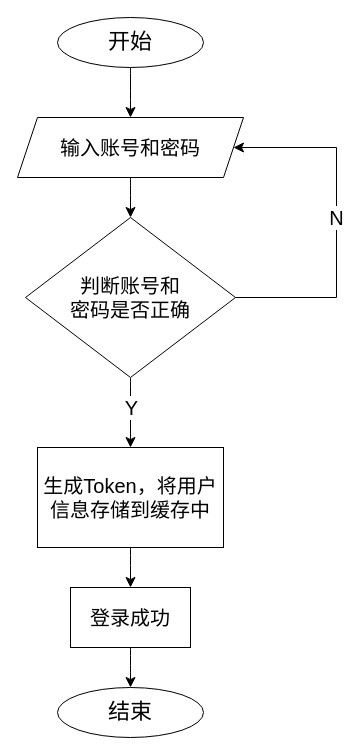
Above: page "登录流程图" (24 of 38) of 系统结构图.drawio in yuglei/design (draw.io), before the change. Source tidied: cells renumbered, new cells numbered last; positions are measured from the earlier drawing's top-left corner, leaving out a move shared by most shapes. Both pictures are drawn from the tidied source at 100%, with x=0, y=0 at pixel (17, 17).
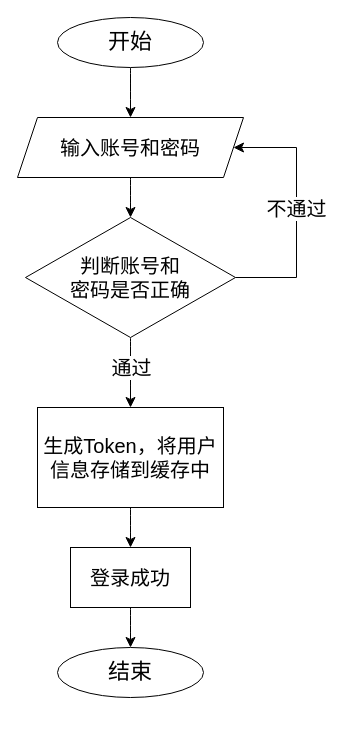
Above is the later version.

What changed in the source:
```diff
@@
 <mxGraphModel>
   <root>
     <mxCell id="0" />
     <mxCell id="1" parent="0" />
     <mxCell id="2" style="edgeStyle=none;curved=1;rounded=0;jettySize=auto;html=1;exitX=0.5;exitY=1;exitDx=0;exitDy=0;fontSize=12;startSize=8;endSize=8;" parent="1" edge="1" source="3" target="5">
       <mxGeometry relative="1" as="geometry" />
     </mxCell>
     <mxCell id="3" value="&lt;font style=&quot;font-size: 22px;&quot;&gt;开始&lt;/font&gt;" style="ellipse;whiteSpace=wrap;html=1;" parent="1" vertex="1">
       <mxGeometry x="40" width="146" height="50" as="geometry" />
     </mxCell>
     <mxCell id="4" style="edgeStyle=none;curved=1;rounded=0;jettySize=auto;html=1;exitX=0.5;exitY=1;exitDx=0;exitDy=0;entryX=0.5;entryY=0;entryDx=0;entryDy=0;fontSize=12;startSize=8;endSize=8;" parent="1" edge="1" source="5" target="10">
       <mxGeometry relative="1" as="geometry" />
     </mxCell>
     <mxCell id="5" value="&lt;font style=&quot;font-size: 20px;&quot;&gt;输入账号和密码&lt;/font&gt;" style="shape=parallelogram;perimeter=parallelogramPerimeter;whiteSpace=wrap;html=1;fixedSize=1;" parent="1" vertex="1">
       <mxGeometry y="100" width="226" height="60" as="geometry" />
     </mxCell>
     <mxCell id="6" style="edgeStyle=orthogonalEdgeStyle;rounded=0;jettySize=auto;html=1;exitX=1;exitY=0.5;exitDx=0;exitDy=0;entryX=1;entryY=0.5;entryDx=0;entryDy=0;fontSize=12;startSize=8;endSize=8;" parent="1" edge="1" source="10" target="5">
       <mxGeometry relative="1" as="geometry">
         <Array as="points">
-          <mxPoint x="319" y="280" />
-          <mxPoint x="319" y="130" />
+          <mxPoint x="279" y="260" />
+          <mxPoint x="279" y="130" />
         </Array>
       </mxGeometry>
     </mxCell>
-    <mxCell id="7" value="&lt;font style=&quot;font-size: 20px;&quot;&gt;N&lt;/font&gt;" style="edgeLabel;html=1;align=center;verticalAlign=middle;fontSize=12;" parent="6" vertex="1">
+    <mxCell id="7" value="&lt;font style=&quot;font-size: 20px;&quot;&gt;不通过&lt;/font&gt;" style="edgeLabel;html=1;align=center;verticalAlign=middle;fontSize=12;" parent="6" vertex="1">
       <mxGeometry x="0.03" y="1" relative="1" as="geometry" />
     </mxCell>
     <mxCell id="8" style="edgeStyle=none;curved=1;rounded=0;jettySize=auto;html=1;exitX=0.5;exitY=1;exitDx=0;exitDy=0;fontSize=12;startSize=8;endSize=8;" parent="1" edge="1" source="10" target="12">
       <mxGeometry relative="1" as="geometry" />
     </mxCell>
-    <mxCell id="9" value="&lt;font style=&quot;font-size: 20px;&quot;&gt;Y&lt;/font&gt;" style="edgeLabel;html=1;align=center;verticalAlign=middle;fontSize=12;" parent="8" vertex="1">
+    <mxCell id="9" value="&lt;font style=&quot;font-size: 20px;&quot;&gt;通过&lt;/font&gt;" style="edgeLabel;html=1;align=center;verticalAlign=middle;fontSize=12;" parent="8" vertex="1">
       <mxGeometry x="-0.17" relative="1" as="geometry" />
     </mxCell>
     <mxCell id="10" value="&lt;font style=&quot;font-size: 20px;&quot;&gt;判断账号和&lt;/font&gt;&lt;div&gt;&lt;font style=&quot;font-size: 20px;&quot;&gt;密码是否正确&lt;/font&gt;&lt;/div&gt;" style="rhombus;whiteSpace=wrap;html=1;" parent="1" vertex="1">
-      <mxGeometry x="8" y="200" width="210" height="160" as="geometry" />
+      <mxGeometry x="8" y="200" width="210" height="120" as="geometry" />
     </mxCell>
     <mxCell id="11" style="edgeStyle=none;curved=1;rounded=0;jettySize=auto;html=1;exitX=0.5;exitY=1;exitDx=0;exitDy=0;fontSize=12;startSize=8;endSize=8;" parent="1" edge="1" source="12" target="14">
       <mxGeometry relative="1" as="geometry" />
     </mxCell>
     <mxCell id="12" value="&lt;font style=&quot;font-size: 20px;&quot;&gt;生成Token，将用户信息存储到缓存中&lt;/font&gt;" style="rounded=0;whiteSpace=wrap;html=1;" parent="1" vertex="1">
-      <mxGeometry x="20" y="430" width="186" height="100" as="geometry" />
+      <mxGeometry x="20" y="390" width="186" height="100" as="geometry" />
     </mxCell>
     <mxCell id="13" style="edgeStyle=none;curved=1;rounded=0;jettySize=auto;html=1;exitX=0.5;exitY=1;exitDx=0;exitDy=0;fontSize=12;startSize=8;endSize=8;" parent="1" edge="1" source="14" target="15">
       <mxGeometry relative="1" as="geometry" />
     </mxCell>
     <mxCell id="14" value="&lt;font style=&quot;font-size: 20px;&quot;&gt;登录成功&lt;/font&gt;" style="rounded=0;whiteSpace=wrap;html=1;" parent="1" vertex="1">
-      <mxGeometry x="53" y="570" width="120" height="60" as="geometry" />
+      <mxGeometry x="53" y="530" width="120" height="60" as="geometry" />
     </mxCell>
     <mxCell id="15" value="&lt;font style=&quot;font-size: 22px;&quot;&gt;结束&lt;/font&gt;" style="ellipse;whiteSpace=wrap;html=1;" parent="1" vertex="1">
-      <mxGeometry x="40" y="670" width="146" height="50" as="geometry" />
+      <mxGeometry x="40" y="630" width="146" height="50" as="geometry" />
     </mxCell>
   </root>
 </mxGraphModel>
```
